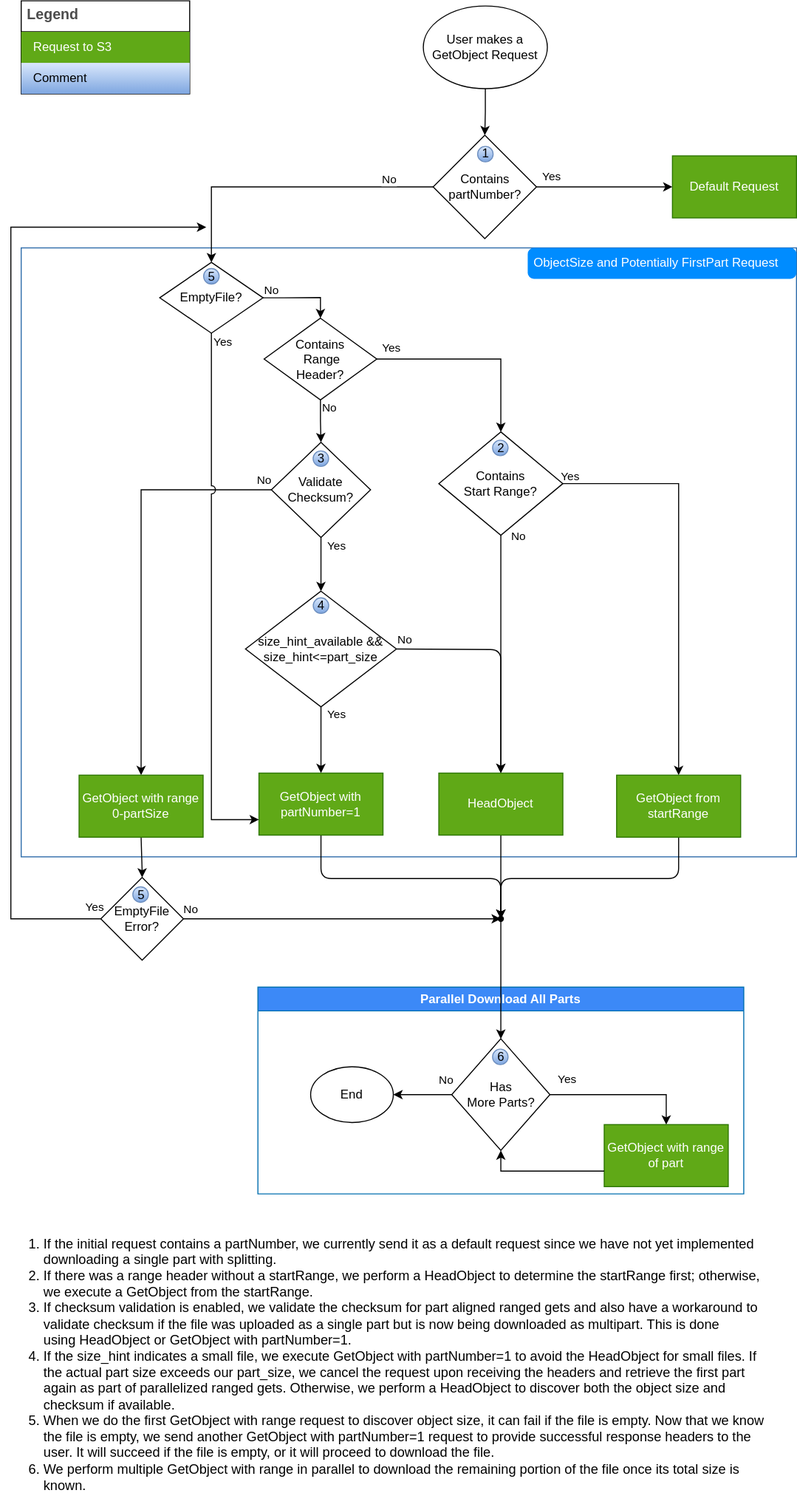
awslabs/aws-c-s3 keeps this draw.io diagram as docs/images/GetObjectFlow.svg. Above is the earlier version. Source tidied: cells renumbered, new cells last; positions are measured from the earlier drawing's top-left corner, leaving out a move shared by most shapes.
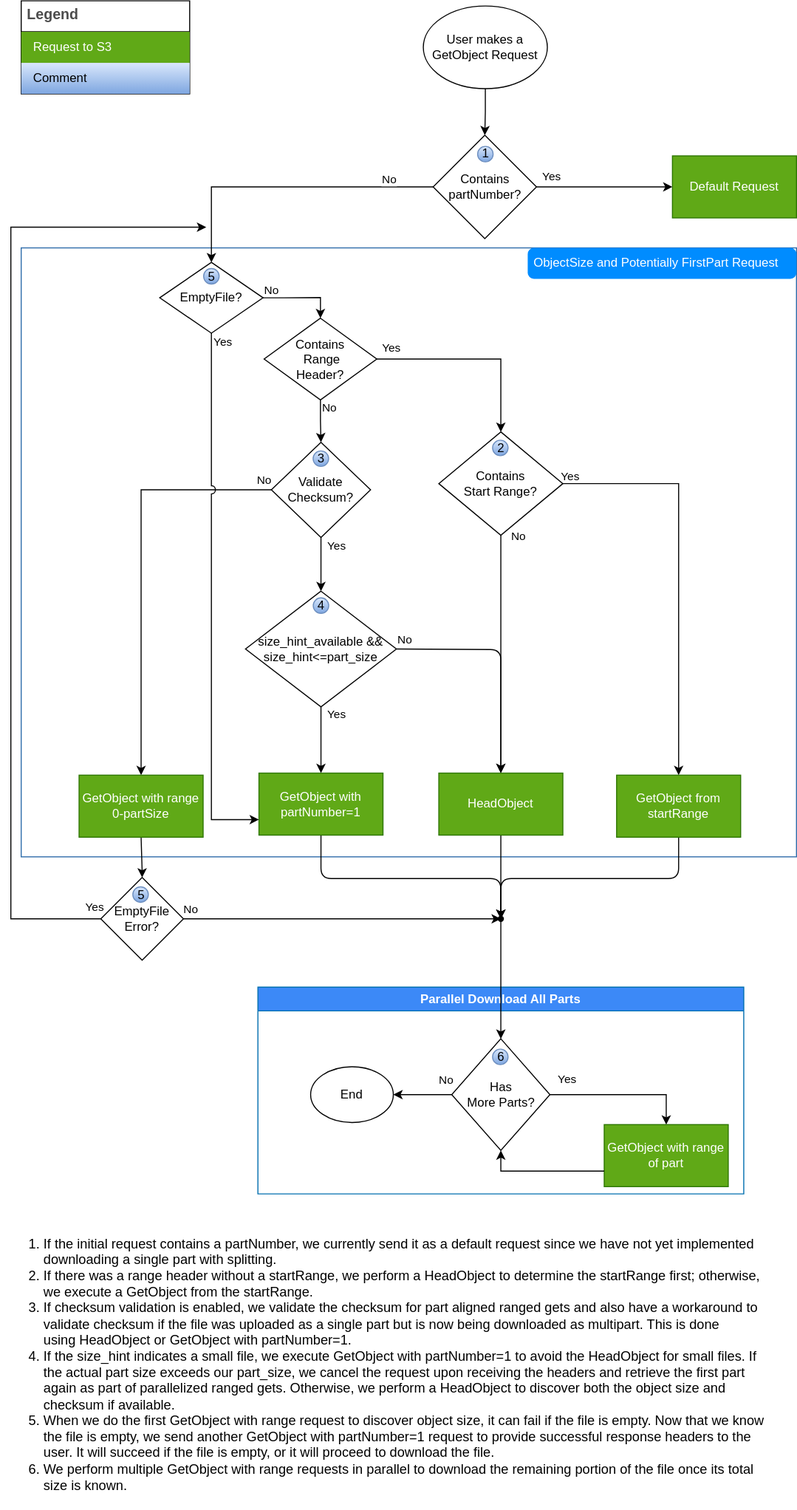
The same file after the commit.

The edit, as a diff of the source:
```diff
@@ -139,7 +139,7 @@
     <mxCell id="37" value="End" style="ellipse;whiteSpace=wrap;html=1;" parent="29" vertex="1">
       <mxGeometry x="51" y="77" width="80" height="54" as="geometry" />
     </mxCell>
-    <mxCell id="38" value="&lt;ol style=&quot;font-size: 13px;&quot;&gt;&lt;li style=&quot;&quot;&gt;&lt;font style=&quot;font-size: 13px;&quot;&gt;If the initial request contains a partNumber, we currently send it as a default request since we have not yet implemented downloading a single part with splitting.&lt;/font&gt;&lt;/li&gt;&lt;li style=&quot;&quot;&gt;&lt;font style=&quot;font-size: 13px;&quot;&gt;If there was a range header without a startRange, we perform a&amp;nbsp;HeadObject&amp;nbsp;to determine the startRange first; otherwise, we execute a GetObject from the startRange.&lt;/font&gt;&lt;/li&gt;&lt;li style=&quot;&quot;&gt;&lt;font style=&quot;font-size: 13px;&quot;&gt;If checksum validation is enabled, we validate the checksum for part aligned ranged gets and also have a workaround to validate checksum if the file was uploaded as a single part but is now being downloaded as multipart. This is done using&amp;nbsp;HeadObject&amp;nbsp;or GetObject with partNumber=1.&lt;br&gt;&lt;/font&gt;&lt;/li&gt;&lt;li style=&quot;&quot;&gt;&lt;font style=&quot;font-size: 13px;&quot;&gt;If the size_hint indicates a small file, we execute GetObject with partNumber=1 to avoid the&amp;nbsp;HeadObject&amp;nbsp;for small files. If the actual part size exceeds our part_size, we cancel the request upon receiving the headers and retrieve the first part again as part of parallelized ranged gets. Otherwise, we perform a&amp;nbsp;HeadObject&amp;nbsp;to discover both the object size and checksum if available.&lt;/font&gt;&lt;/li&gt;&lt;li style=&quot;&quot;&gt;&lt;font style=&quot;font-size: 13px;&quot;&gt;When we do the first GetObject with range request to discover object size, it can fail if the file is empty. Now that we know the file is empty, we send another GetObject with partNumber=1 request to provide successful response headers to the user. It will succeed if the file is empty, or it will proceed to download the file.&lt;br&gt;&lt;/font&gt;&lt;/li&gt;&lt;li style=&quot;&quot;&gt;&lt;font style=&quot;font-size: 13px;&quot;&gt;We perform multiple GetObject with range in parallel to download the remaining portion of the file once its total size is known.&lt;br&gt;&lt;/font&gt;&lt;/li&gt;&lt;/ol&gt;" style="text;strokeColor=none;fillColor=none;html=1;whiteSpace=wrap;verticalAlign=middle;overflow=hidden;align=left;labelPosition=center;verticalLabelPosition=middle;" parent="1" vertex="1">
+    <mxCell id="38" value="&lt;ol style=&quot;font-size: 13px;&quot;&gt;&lt;li style=&quot;&quot;&gt;&lt;font style=&quot;font-size: 13px;&quot;&gt;If the initial request contains a partNumber, we currently send it as a default request since we have not yet implemented downloading a single part with splitting.&lt;/font&gt;&lt;/li&gt;&lt;li style=&quot;&quot;&gt;&lt;font style=&quot;font-size: 13px;&quot;&gt;If there was a range header without a startRange, we perform a&amp;nbsp;HeadObject&amp;nbsp;to determine the startRange first; otherwise, we execute a GetObject from the startRange.&lt;/font&gt;&lt;/li&gt;&lt;li style=&quot;&quot;&gt;&lt;font style=&quot;font-size: 13px;&quot;&gt;If checksum validation is enabled, we validate the checksum for part aligned ranged gets and also have a workaround to validate checksum if the file was uploaded as a single part but is now being downloaded as multipart. This is done using&amp;nbsp;HeadObject&amp;nbsp;or GetObject with partNumber=1.&lt;br&gt;&lt;/font&gt;&lt;/li&gt;&lt;li style=&quot;&quot;&gt;&lt;font style=&quot;font-size: 13px;&quot;&gt;If the size_hint indicates a small file, we execute GetObject with partNumber=1 to avoid the&amp;nbsp;HeadObject&amp;nbsp;for small files. If the actual part size exceeds our part_size, we cancel the request upon receiving the headers and retrieve the first part again as part of parallelized ranged gets. Otherwise, we perform a&amp;nbsp;HeadObject&amp;nbsp;to discover both the object size and checksum if available.&lt;/font&gt;&lt;/li&gt;&lt;li style=&quot;&quot;&gt;&lt;font style=&quot;font-size: 13px;&quot;&gt;When we do the first GetObject with range request to discover object size, it can fail if the file is empty. Now that we know the file is empty, we send another GetObject with partNumber=1 request to provide successful response headers to the user. It will succeed if the file is empty, or it will proceed to download the file.&lt;br&gt;&lt;/font&gt;&lt;/li&gt;&lt;li style=&quot;&quot;&gt;&lt;font style=&quot;font-size: 13px;&quot;&gt;We perform multiple GetObject with range requests in parallel to download the remaining portion of the file once its total size is known.&lt;br&gt;&lt;/font&gt;&lt;/li&gt;&lt;/ol&gt;" style="text;strokeColor=none;fillColor=none;html=1;whiteSpace=wrap;verticalAlign=middle;overflow=hidden;align=left;labelPosition=center;verticalLabelPosition=middle;" parent="1" vertex="1">
       <mxGeometry y="1179" width="740" height="280" as="geometry" />
     </mxCell>
     <mxCell id="39" style="group;rotation=90;" parent="1" vertex="1">
```
